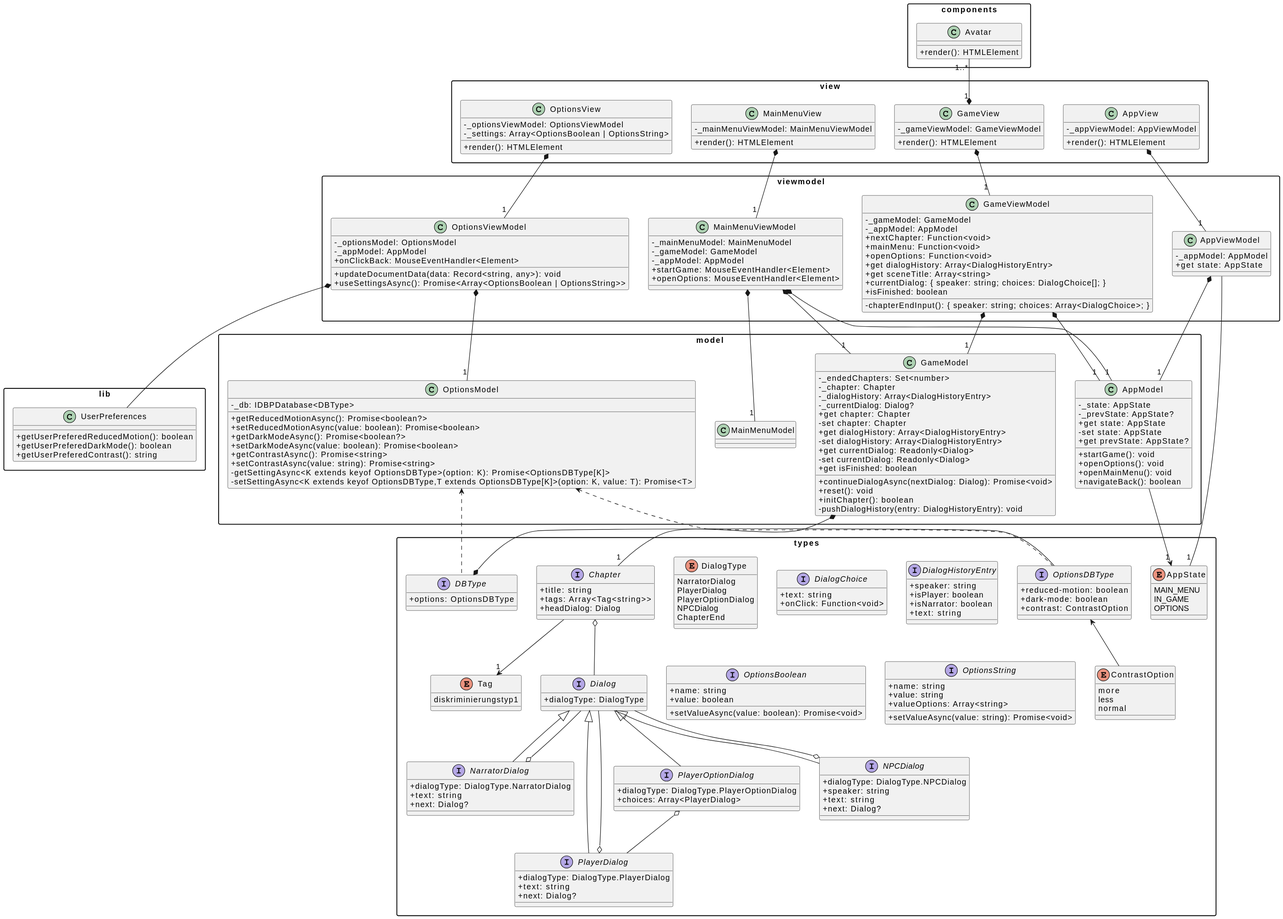
Before: uml/Class Diagram.svg, a diagram exported from PlantUML (HHN-SEB-2022-23/allybi).
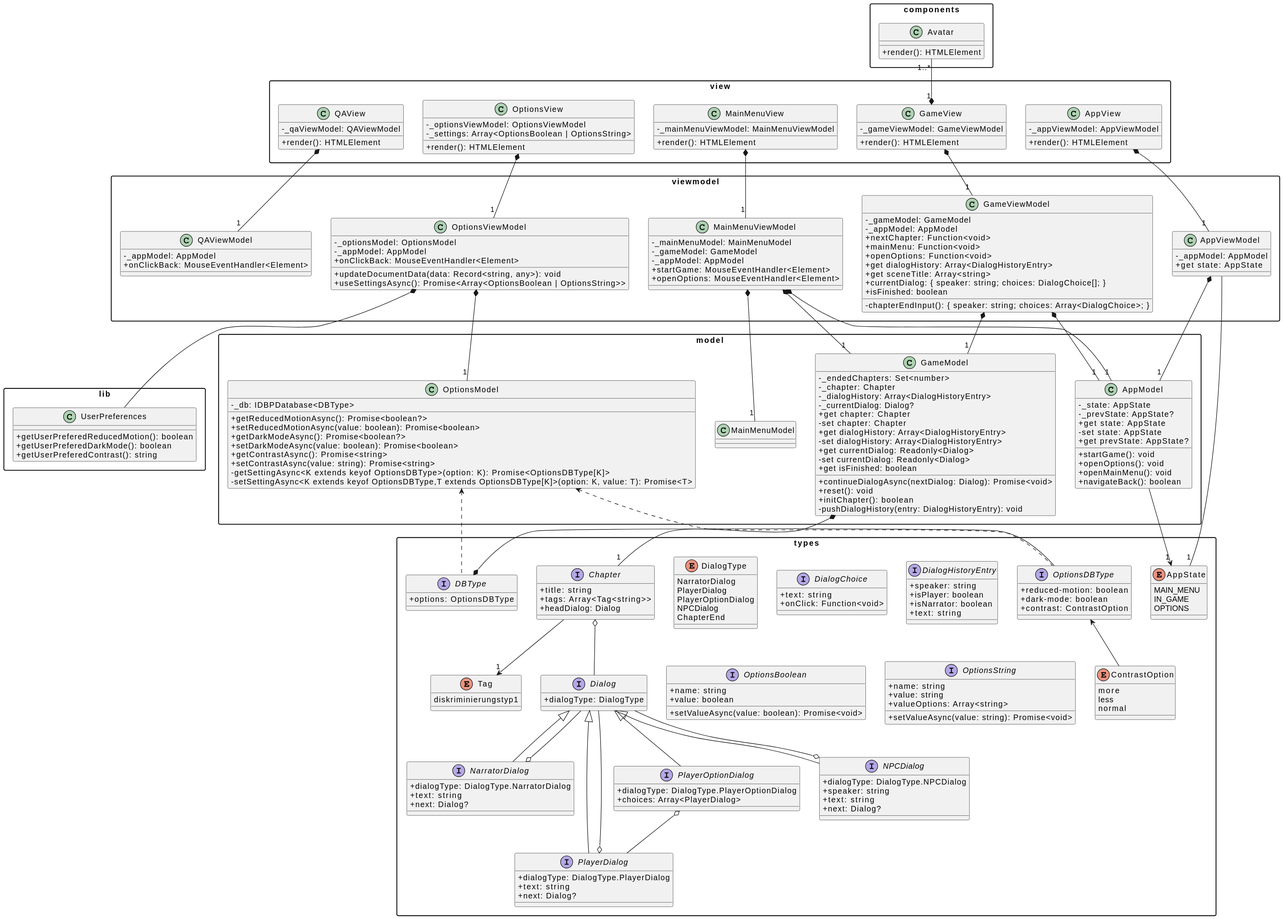
After the change.

Diff of the diagram source:
```diff
@@ -211,6 +211,11 @@
     }
     OptionsViewModel *-- "1" OptionsModel
     UserPreferences -up-* OptionsViewModel
+
+    class QAViewModel {
+        -_appModel: AppModel
+        +onClickBack: MouseEventHandler<Element>
+    }
 }
 
 package view {
@@ -239,5 +244,11 @@
         +render(): HTMLElement
     }
     OptionsView *-- "1" OptionsViewModel
+
+    class QAView {
+        -_qaViewModel: QAViewModel
+        +render(): HTMLElement
+    }
+    QAView *-- "1" QAViewModel
 }
 @enduml
```
